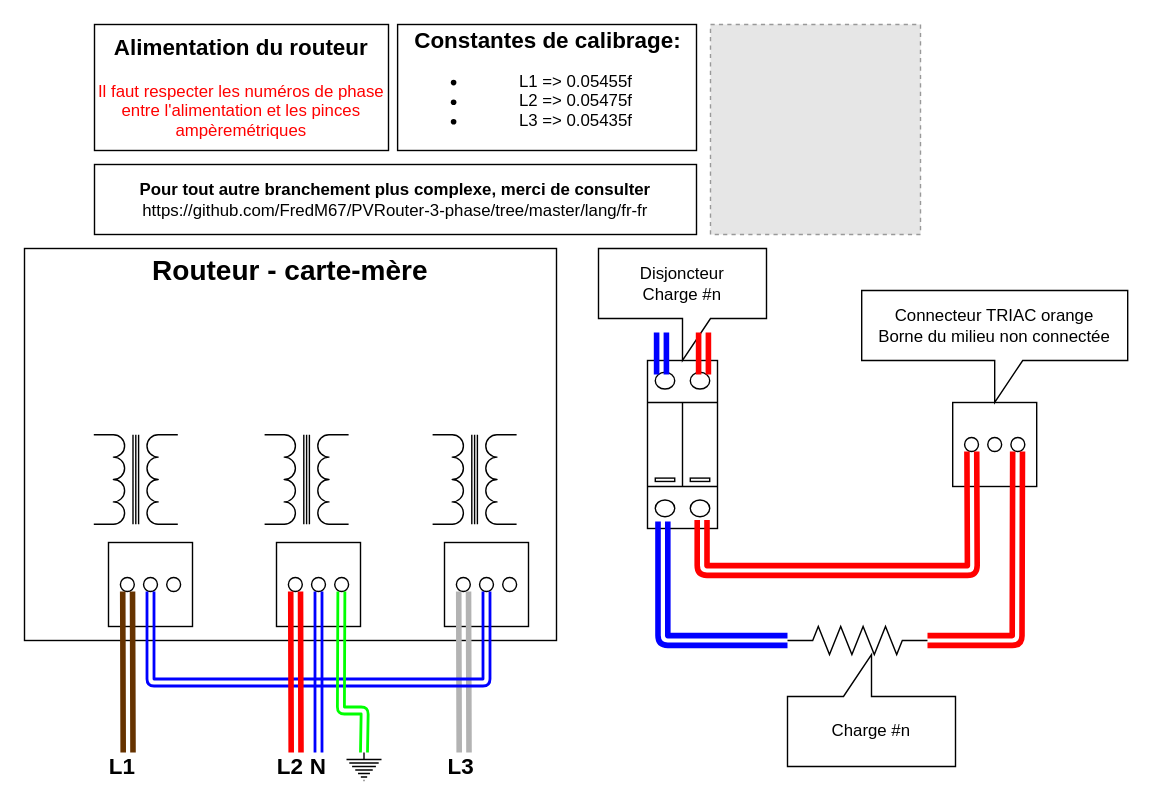
Earlier version of the draw.io diagram docs/HowToInstall.drawio (FredM67/PVRouter-3-phase). Source tidied: cells renumbered, new cells numbered last; positions are measured from the earlier drawing's top-left corner, leaving out a move shared by most shapes. Both pictures are drawn from the tidied source at 140%, with x=0, y=0 at pixel (24, 24). Pictures stored in the file or linked from it are replaced by grey dashed boxes.
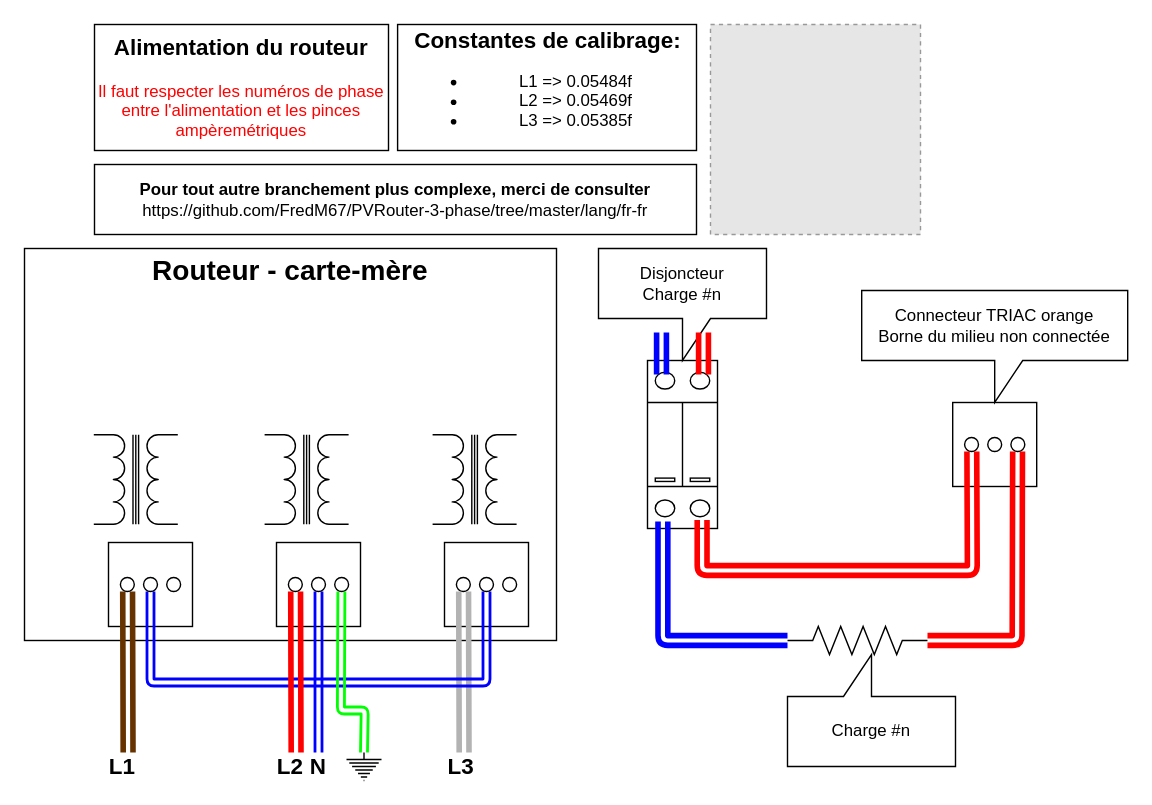
Above is the later version.

The edit, as a diff of the source:
```diff
@@
-    <mxCell id="2" value="&lt;b&gt;&lt;font style=&quot;font-size: 16px&quot;&gt;Constantes de calibrage:&lt;/font&gt;&lt;/b&gt;&lt;br&gt;&lt;ul&gt;&lt;li&gt;&lt;span&gt;L1 =&amp;gt; 0.&lt;/span&gt;05455f&lt;/li&gt;&lt;li&gt;L2 =&amp;gt; 0.05475f&lt;/li&gt;&lt;li&gt;L3 =&amp;gt; 0.05435f&lt;br&gt;&lt;/li&gt;&lt;/ul&gt;" style="rounded=0;whiteSpace=wrap;html=1;" parent="1" vertex="1">
+    <mxCell id="2" value="&lt;b&gt;&lt;font style=&quot;font-size: 16px&quot;&gt;Constantes de calibrage:&lt;/font&gt;&lt;/b&gt;&lt;br&gt;&lt;ul&gt;&lt;li&gt;&lt;span&gt;L1 =&amp;gt;&amp;nbsp;&lt;/span&gt;0.05484f&lt;br&gt;&lt;/li&gt;&lt;li&gt;L2 =&amp;gt; 0.05469f&lt;br&gt;&lt;/li&gt;&lt;li&gt;L3 =&amp;gt; 0.05385f&lt;br&gt;&lt;/li&gt;&lt;/ul&gt;" style="rounded=0;whiteSpace=wrap;html=1;" parent="1" vertex="1">
       <mxGeometry x="266.5" width="213.5" height="90" as="geometry" />
     </mxCell>
```
